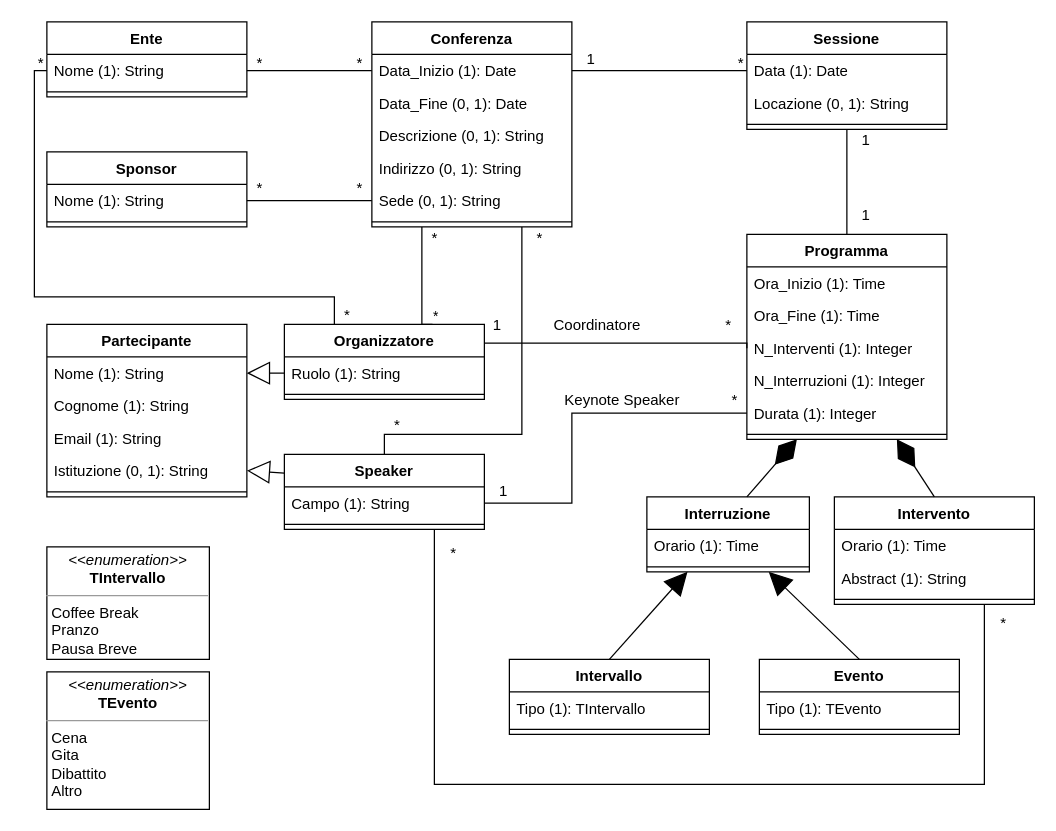
Above: page "DiagrammaNonRistrutturato" (1 of 2) of UML-DB/Conferenze.drawio in LeoCucurachi/GestioneConferenze (draw.io), before the change. Source tidied: cells renumbered, new cells numbered last; positions are measured from the earlier drawing's top-left corner, leaving out a move shared by most shapes. Both pictures are drawn from the tidied source at 125%, with x=0, y=0 at pixel (21, 21).
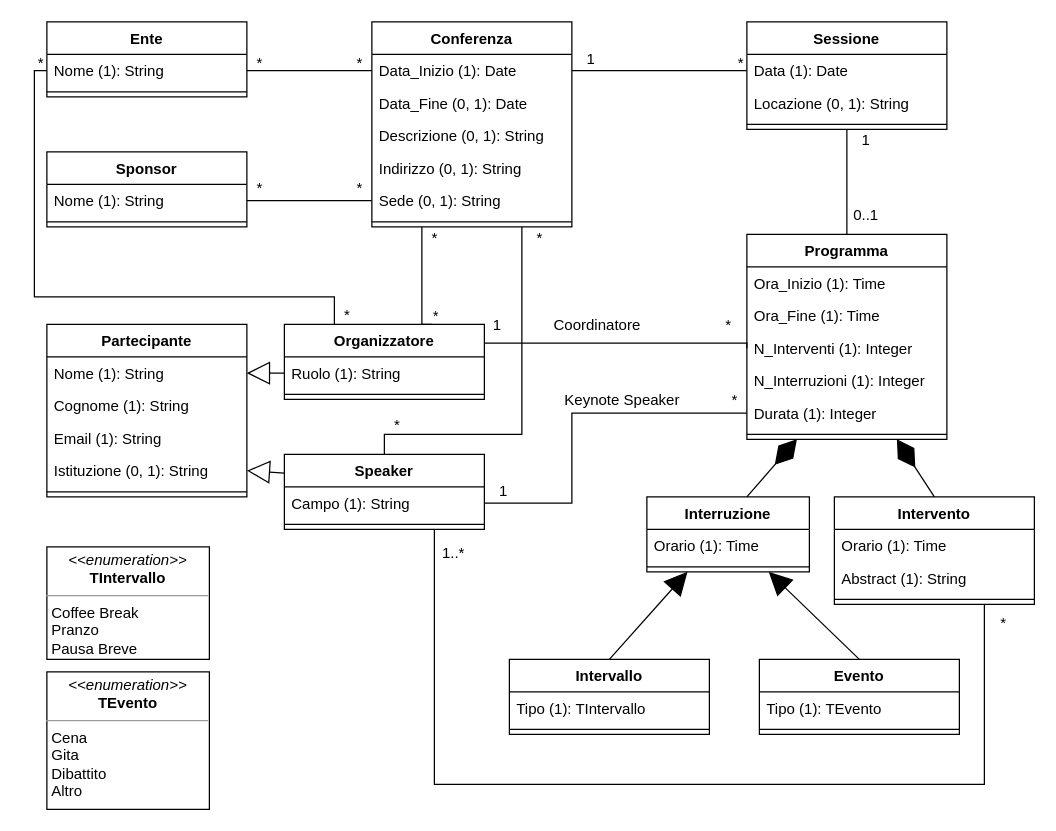
The same diagram, later.

What changed in the source:
```diff
@@
-    <mxCell id="67" value="1" style="text;html=1;align=center;verticalAlign=middle;strokeColor=none;fillColor=none;" parent="1" vertex="1">
-      <mxGeometry x="660" y="140" width="30" height="30" as="geometry" />
+    <mxCell id="67" value="0..1" style="text;html=1;align=center;verticalAlign=middle;strokeColor=none;fillColor=none;" parent="1" vertex="1">
+      <mxGeometry x="655" y="140" width="40" height="30" as="geometry" />
     </mxCell>
@@
-    <mxCell id="76" value="*" style="text;html=1;align=center;verticalAlign=middle;strokeColor=none;fillColor=none;" parent="1" vertex="1">
-      <mxGeometry x="330" y="410" width="30" height="30" as="geometry" />
+    <mxCell id="76" value="1..*" style="text;html=1;align=center;verticalAlign=middle;strokeColor=none;fillColor=none;" parent="1" vertex="1">
+      <mxGeometry x="325" y="410" width="40" height="30" as="geometry" />
     </mxCell>
```
